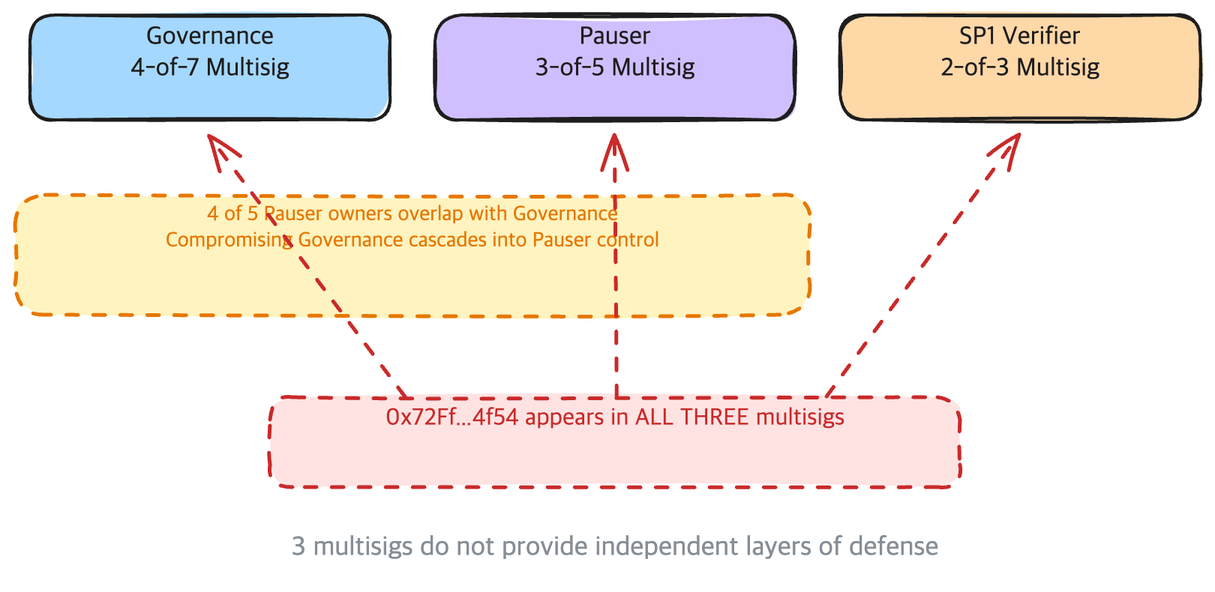
Before: avail/assets/avl-e02-key-overlap.png, a diagram exported from Excalidraw (jyo-o/bonda-docs). Source tidied: one line per element, renumbered; positions are measured from the earlier drawing's top-left corner, leaving out a move shared by most shapes.
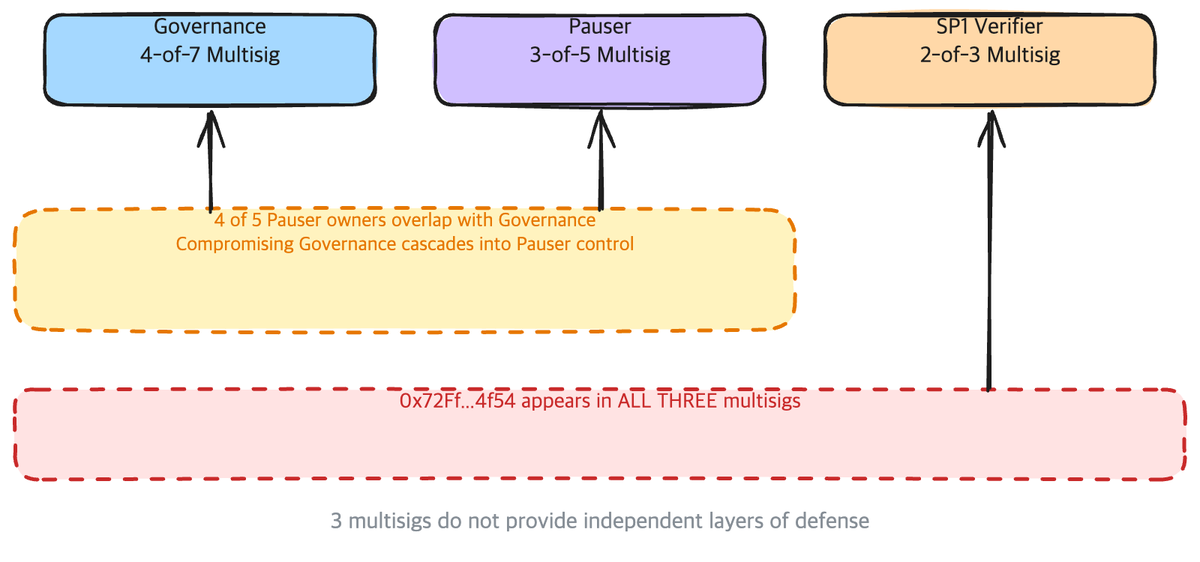
After the change.

The edit, as a diff of the source:
```diff
@@ -1,14 +1,14 @@
-{"id": 0, "type": "rectangle", "strokeColor": "#1e1e1e", "backgroundColor": "#a5d8ff", "fillStyle": "solid", "strokeWidth": 2, "roughness": 1, "round": true, "x": 10, "y": 0, "width": 240, "height": 70}
+{"id": 14, "type": "rectangle", "strokeColor": "#1e1e1e", "backgroundColor": "#a5d8ff", "fillStyle": "solid", "strokeWidth": 2, "roughness": 1, "round": true, "x": 30, "y": -10, "width": 220, "height": 60}
-{"id": 1, "type": "text", "text": "Governance\n4-of-7 Multisig", "strokeColor": "#1e1e1e", "strokeWidth": 2, "roughness": 1, "fontSize": 17, "fontFamily": 4, "textAlign": "center", "verticalAlign": "middle", "inside": 0, "x": 20, "y": 5, "width": 220, "height": 60}
+{"id": 1, "type": "text", "text": "Governance\n4-of-7 Multisig", "strokeColor": "#1e1e1e", "strokeWidth": 2, "roughness": 1, "fontSize": 15, "fontFamily": 4, "textAlign": "center", "verticalAlign": "middle", "inside": 14, "x": 30, "y": -10, "width": 220, "height": 60}
-{"id": 2, "type": "rectangle", "strokeColor": "#1e1e1e", "backgroundColor": "#d0bfff", "fillStyle": "solid", "strokeWidth": 2, "roughness": 1, "round": true, "x": 280, "y": 0, "width": 240, "height": 70}
+{"id": 15, "type": "rectangle", "strokeColor": "#1e1e1e", "backgroundColor": "#d0bfff", "fillStyle": "solid", "strokeWidth": 2, "roughness": 1, "round": true, "x": 290, "y": -10, "width": 220, "height": 60}
-{"id": 3, "type": "text", "text": "Pauser\n3-of-5 Multisig", "strokeColor": "#1e1e1e", "strokeWidth": 2, "roughness": 1, "fontSize": 17, "fontFamily": 4, "textAlign": "center", "verticalAlign": "middle", "inside": 2, "x": 290, "y": 5, "width": 220, "height": 60}
+{"id": 3, "type": "text", "text": "Pauser\n3-of-5 Multisig", "strokeColor": "#1e1e1e", "strokeWidth": 2, "roughness": 1, "fontSize": 15, "fontFamily": 4, "textAlign": "center", "verticalAlign": "middle", "inside": 15, "x": 290, "y": -10, "width": 220, "height": 60}
-{"id": 4, "type": "rectangle", "strokeColor": "#1e1e1e", "backgroundColor": "#ffd8a8", "fillStyle": "solid", "strokeWidth": 2, "roughness": 1, "round": true, "x": 550, "y": 0, "width": 240, "height": 70}
+{"id": 16, "type": "rectangle", "strokeColor": "#1e1e1e", "backgroundColor": "#ffd8a8", "fillStyle": "solid", "strokeWidth": 2, "roughness": 1, "round": true, "x": 550, "y": -10, "width": 220, "height": 60}
-{"id": 5, "type": "text", "text": "SP1 Verifier\n2-of-3 Multisig", "strokeColor": "#1e1e1e", "strokeWidth": 2, "roughness": 1, "fontSize": 17, "fontFamily": 4, "textAlign": "center", "verticalAlign": "middle", "inside": 4, "x": 560, "y": 5, "width": 220, "height": 60}
+{"id": 5, "type": "text", "text": "SP1 Verifier\n2-of-3 Multisig", "strokeColor": "#1e1e1e", "strokeWidth": 2, "roughness": 1, "fontSize": 15, "fontFamily": 4, "textAlign": "center", "verticalAlign": "middle", "inside": 16, "x": 550, "y": -10, "width": 220, "height": 60}
-{"id": 6, "type": "rectangle", "strokeColor": "#e67700", "backgroundColor": "#fff3bf", "fillStyle": "solid", "strokeWidth": 2, "strokeStyle": "dashed", "roughness": 1, "round": true, "x": 0, "y": 120, "width": 530, "height": 80}
+{"id": 17, "type": "rectangle", "strokeColor": "#e67700", "backgroundColor": "#fff3bf", "fillStyle": "solid", "strokeWidth": 2, "strokeStyle": "dashed", "roughness": 1, "round": true, "x": 10, "y": 120, "width": 520, "height": 80}
-{"id": 7, "type": "text", "text": "4 of 5 Pauser owners overlap with Governance\nCompromising Governance cascades into Pauser control", "strokeColor": "#e67700", "strokeWidth": 2, "roughness": 1, "fontSize": 14, "fontFamily": 4, "textAlign": "center", "verticalAlign": "middle", "inside": 6, "x": 10, "y": 125, "width": 510, "height": 70}
+{"id": 7, "type": "text", "text": "4 of 5 Pauser owners overlap with Governance\nCompromising Governance cascades into Pauser control", "strokeColor": "#e67700", "strokeWidth": 2, "roughness": 1, "fontSize": 13, "fontFamily": 4, "textAlign": "center", "verticalAlign": "middle", "inside": 17, "x": 10, "y": 120, "width": 520, "height": 80}
-{"id": 8, "type": "rectangle", "strokeColor": "#c92a2a", "backgroundColor": "#ffe3e3", "fillStyle": "solid", "strokeWidth": 2, "strokeStyle": "dashed", "roughness": 1, "round": true, "x": 170, "y": 255, "width": 460, "height": 60}
+{"id": 18, "type": "arrow", "strokeColor": "#1e1e1e", "strokeWidth": 2, "roughness": 1, "endArrowhead": "arrow", "round": true, "to": 14, "x": 140, "y": 120, "width": 0, "height": 65, "points": [[0, 0], [0, -65]]}
+{"id": 19, "type": "arrow", "strokeColor": "#1e1e1e", "strokeWidth": 2, "roughness": 1, "endArrowhead": "arrow", "round": true, "to": 15, "x": 400, "y": 120, "width": 0, "height": 65, "points": [[0, 0], [0, -65]]}
+{"id": 20, "type": "rectangle", "strokeColor": "#c92a2a", "backgroundColor": "#ffe3e3", "fillStyle": "solid", "strokeWidth": 2, "strokeStyle": "dashed", "roughness": 1, "round": true, "x": 10, "y": 240, "width": 780, "height": 60}
-{"id": 9, "type": "text", "text": "0x72Ff...4f54 appears in ALL THREE multisigs", "strokeColor": "#c92a2a", "strokeWidth": 2, "roughness": 1, "fontSize": 16, "fontFamily": 4, "textAlign": "center", "verticalAlign": "middle", "inside": 8, "x": 180, "y": 260, "width": 440, "height": 50}
+{"id": 9, "type": "text", "text": "0x72Ff...4f54 appears in ALL THREE multisigs", "strokeColor": "#c92a2a", "strokeWidth": 2, "roughness": 1, "fontSize": 14, "fontFamily": 4, "textAlign": "center", "verticalAlign": "middle", "inside": 20, "x": 10, "y": 240, "width": 780, "height": 60}
-{"id": 10, "type": "arrow", "strokeColor": "#c92a2a", "strokeWidth": 2, "strokeStyle": "dashed", "roughness": 1, "endArrowhead": "arrow", "round": true, "to": 0, "x": 260, "y": 255, "width": 130, "height": 175, "points": [[0, 0], [-130, -175]]}
-{"id": 11, "type": "arrow", "strokeColor": "#c92a2a", "strokeWidth": 2, "strokeStyle": "dashed", "roughness": 1, "endArrowhead": "arrow", "round": true, "to": 2, "x": 400, "y": 255, "width": 0, "height": 175, "points": [[0, 0], [0, -175]]}
-{"id": 12, "type": "arrow", "strokeColor": "#c92a2a", "strokeWidth": 2, "strokeStyle": "dashed", "roughness": 1, "endArrowhead": "arrow", "round": true, "to": 4, "x": 540, "y": 255, "width": 130, "height": 175, "points": [[0, 0], [130, -175]]}
+{"id": 21, "type": "arrow", "strokeColor": "#1e1e1e", "strokeWidth": 2, "roughness": 1, "endArrowhead": "arrow", "round": true, "to": 16, "x": 660, "y": 240, "width": 0, "height": 185, "points": [[0, 0], [0, -185]]}
-{"id": 13, "type": "text", "text": "3 multisigs do not provide independent layers of defense", "strokeColor": "#868e96", "strokeWidth": 2, "roughness": 1, "fontSize": 18, "fontFamily": 4, "textAlign": "center", "verticalAlign": "middle", "x": 80, "y": 345, "width": 640, "height": 30}
+{"id": 13, "type": "text", "text": "3 multisigs do not provide independent layers of defense", "strokeColor": "#868e96", "strokeWidth": 2, "roughness": 1, "fontSize": 15, "fontFamily": 4, "textAlign": "center", "verticalAlign": "middle", "x": 200, "y": 320, "width": 400, "height": 25}
```
